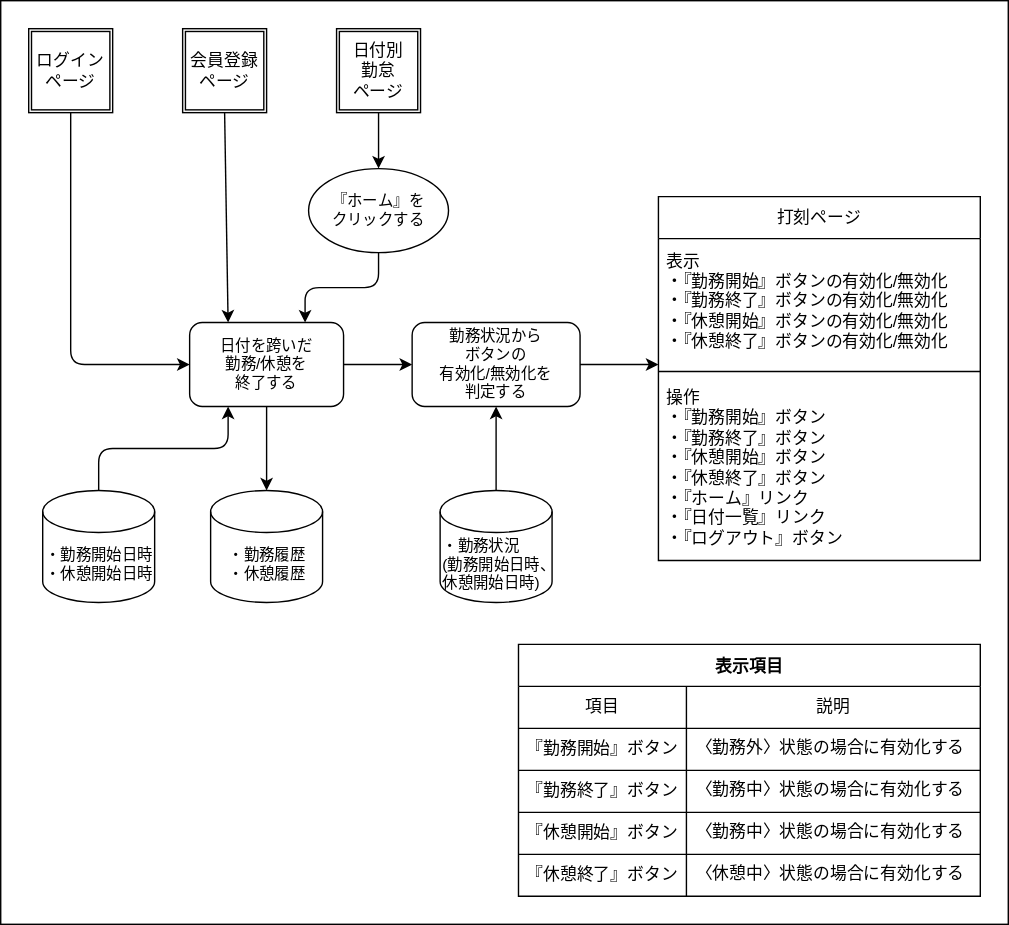
Above: doc/画面遷移図/打刻ページ/打刻ページ.drawio.svg in ryamao/atte (draw.io), before the change. Source tidied: cells renumbered, new cells last; positions are measured from the earlier drawing's top-left corner, leaving out a move shared by most shapes.
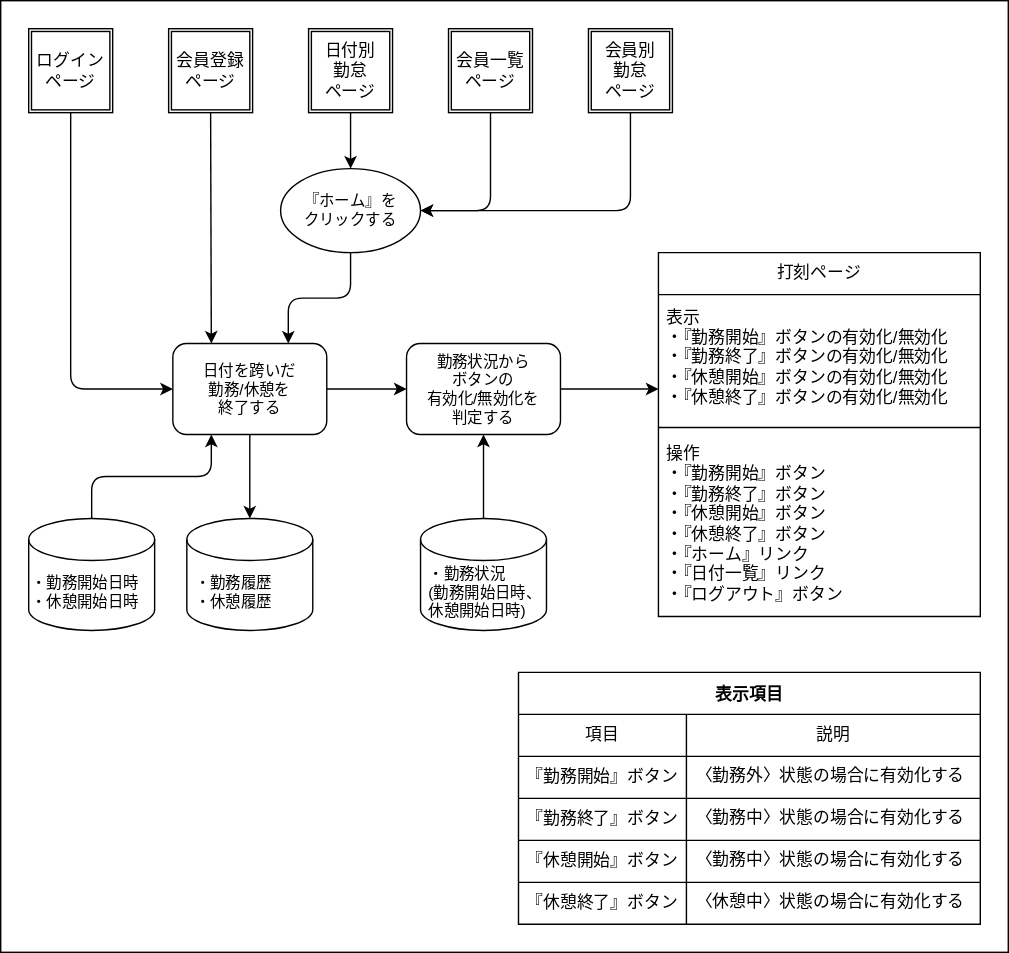
Later version of the same file.

The edit, as a diff of the source:
```diff
@@ -3,7 +3,7 @@
     <mxCell id="0" />
     <mxCell id="1" parent="0" />
     <mxCell id="2" style="rounded=0;whiteSpace=wrap;html=1;" parent="1" vertex="1">
-      <mxGeometry width="720" height="660" as="geometry" />
+      <mxGeometry width="720" height="680" as="geometry" />
     </mxCell>
     <mxCell id="3" style="edgeStyle=none;html=1;exitX=0.5;exitY=1;exitDx=0;exitDy=0;entryX=0.5;entryY=0;entryDx=0;entryDy=0;" parent="1" edge="1" source="38" target="16">
       <mxGeometry relative="1" as="geometry" />
@@ -12,7 +12,7 @@
       <mxGeometry relative="1" as="geometry" />
     </mxCell>
     <mxCell id="5" value="打刻ページ" style="swimlane;fontStyle=0;horizontal=1;startSize=30;whiteSpace=wrap;html=1;flipH=1;flipV=0;" parent="1" vertex="1">
-      <mxGeometry x="470" y="140" width="230" height="260" as="geometry" />
+      <mxGeometry x="470" y="180" width="230" height="260" as="geometry" />
     </mxCell>
     <mxCell id="6" value="表示&lt;br&gt;・『勤務開始』ボタンの有効化/無効化&lt;br&gt;・『勤務終了』ボタンの有効化/無効化&lt;br&gt;・『休憩開始』ボタンの有効化/無効化&lt;br&gt;・『休憩終了』ボタンの有効化/無効化" style="text;strokeColor=none;fillColor=none;align=left;verticalAlign=middle;spacingLeft=4;spacingRight=4;overflow=hidden;portConstraint=eastwest;whiteSpace=wrap;html=1;strokeWidth=0;" parent="5" vertex="1">
       <mxGeometry y="30" width="230" height="90" as="geometry" />
@@ -32,20 +32,20 @@
     <mxCell id="11" style="jumpStyle=none;html=1;exitX=0.5;exitY=0;exitDx=0;exitDy=0;exitPerimeter=0;entryX=0.25;entryY=1;entryDx=0;entryDy=0;edgeStyle=orthogonalEdgeStyle;" parent="1" edge="1" source="12" target="19">
       <mxGeometry relative="1" as="geometry" />
     </mxCell>
-    <mxCell id="12" value="・勤務開始日時&lt;br&gt;・休憩開始日時" style="shape=cylinder3;html=1;boundedLbl=1;backgroundOutline=1;size=15;align=center;fontSize=11;" parent="1" vertex="1">
-      <mxGeometry x="30" y="350" width="80" height="80" as="geometry" />
+    <mxCell id="12" value="・勤務開始日時&lt;br&gt;・休憩開始日時" style="shape=cylinder3;html=1;boundedLbl=1;backgroundOutline=1;size=15;align=left;fontSize=11;" parent="1" vertex="1">
+      <mxGeometry x="20" y="370" width="90" height="80" as="geometry" />
     </mxCell>
-    <mxCell id="13" value="・勤務履歴&lt;br&gt;・休憩履歴" style="shape=cylinder3;html=1;boundedLbl=1;backgroundOutline=1;size=15;align=center;fontSize=11;" parent="1" vertex="1">
-      <mxGeometry x="150" y="350" width="80" height="80" as="geometry" />
+    <mxCell id="13" value="・勤務履歴&lt;br&gt;・休憩履歴" style="shape=cylinder3;html=1;boundedLbl=1;backgroundOutline=1;size=15;align=left;fontSize=11;spacingLeft=4;" parent="1" vertex="1">
+      <mxGeometry x="133" y="370" width="90" height="80" as="geometry" />
     </mxCell>
     <mxCell id="14" style="html=1;exitX=0.5;exitY=0;exitDx=0;exitDy=0;exitPerimeter=0;entryX=0.5;entryY=1;entryDx=0;entryDy=0;fontSize=11;" parent="1" edge="1" source="15" target="21">
       <mxGeometry relative="1" as="geometry" />
     </mxCell>
-    <mxCell id="15" value="・勤務状況&lt;br&gt;(勤務開始日時、&lt;br&gt;休憩開始日時)" style="shape=cylinder3;html=1;boundedLbl=1;backgroundOutline=1;size=15;align=left;fontSize=11;" parent="1" vertex="1">
-      <mxGeometry x="314" y="350" width="80" height="80" as="geometry" />
+    <mxCell id="15" value="・勤務状況&lt;br&gt;(勤務開始日時、&lt;br&gt;休憩開始日時)" style="shape=cylinder3;html=1;boundedLbl=1;backgroundOutline=1;size=15;align=left;fontSize=11;spacingLeft=4;" parent="1" vertex="1">
+      <mxGeometry x="300" y="370" width="90" height="80" as="geometry" />
     </mxCell>
     <mxCell id="16" value="『ホーム』を&lt;br&gt;クリックする" style="ellipse;whiteSpace=wrap;html=1;fontSize=11;" parent="1" vertex="1">
-      <mxGeometry x="220" y="120" width="100" height="60" as="geometry" />
+      <mxGeometry x="200" y="120" width="100" height="60" as="geometry" />
     </mxCell>
     <mxCell id="17" style="edgeStyle=none;html=1;exitX=1;exitY=0.5;exitDx=0;exitDy=0;entryX=0;entryY=0.5;entryDx=0;entryDy=0;fontSize=11;" parent="1" edge="1" source="19" target="21">
       <mxGeometry relative="1" as="geometry" />
@@ -54,16 +54,16 @@
       <mxGeometry relative="1" as="geometry" />
     </mxCell>
     <mxCell id="19" value="日付を跨いだ&lt;br&gt;勤務/休憩を&lt;br&gt;終了する" style="rounded=1;whiteSpace=wrap;html=1;fontSize=11;" parent="1" vertex="1">
-      <mxGeometry x="135" y="230" width="110" height="60" as="geometry" />
+      <mxGeometry x="123" y="245" width="110" height="65" as="geometry" />
     </mxCell>
-    <mxCell id="20" style="edgeStyle=none;html=1;exitX=1;exitY=0.5;exitDx=0;exitDy=0;entryX=0;entryY=1;entryDx=0;entryDy=0;fontSize=11;" parent="1" edge="1" source="21" target="6">
+    <mxCell id="20" style="html=1;exitX=1;exitY=0.5;exitDx=0;exitDy=0;entryX=0;entryY=0.75;entryDx=0;entryDy=0;" parent="1" edge="1" source="21" target="6">
       <mxGeometry relative="1" as="geometry" />
     </mxCell>
     <mxCell id="21" value="勤務状況から&lt;br&gt;ボタンの&lt;br&gt;有効化/無効化を&lt;br&gt;判定する" style="rounded=1;whiteSpace=wrap;html=1;fontSize=11;" parent="1" vertex="1">
-      <mxGeometry x="294" y="230" width="120" height="60" as="geometry" />
+      <mxGeometry x="290" y="245" width="110" height="65" as="geometry" />
     </mxCell>
     <mxCell id="22" value="表示項目" style="shape=table;startSize=30;fontStyle=1;align=center;" parent="1" vertex="1">
-      <mxGeometry x="370" y="460" width="330" height="180" as="geometry" />
+      <mxGeometry x="370" y="480" width="330" height="180" as="geometry" />
     </mxCell>
     <mxCell id="23" style="shape=tableRow;horizontal=0;startSize=0;swimlaneHead=0;swimlaneBody=0;top=0;left=0;bottom=0;right=0;fillColor=none;" parent="22" vertex="1">
       <mxGeometry y="30" width="330" height="30" as="geometry" />
@@ -111,13 +111,25 @@
       <mxGeometry x="120" width="210" height="30" as="geometry" />
     </mxCell>
     <mxCell id="38" value="日付別&lt;br&gt;勤怠&lt;br&gt;ページ" style="shape=ext;double=1;whiteSpace=wrap;html=1;" parent="1" vertex="1">
-      <mxGeometry x="240" y="20" width="60" height="60" as="geometry" />
+      <mxGeometry x="220" y="20" width="60" height="60" as="geometry" />
     </mxCell>
     <mxCell id="39" value="会員登録&lt;br&gt;ページ" style="shape=ext;double=1;whiteSpace=wrap;html=1;" parent="1" vertex="1">
-      <mxGeometry x="130" y="20" width="60" height="60" as="geometry" />
+      <mxGeometry x="120" y="20" width="60" height="60" as="geometry" />
     </mxCell>
     <mxCell id="40" value="ログイン&lt;br&gt;ページ" style="shape=ext;double=1;whiteSpace=wrap;html=1;" parent="1" vertex="1">
       <mxGeometry x="20" y="20" width="60" height="60" as="geometry" />
     </mxCell>
+    <mxCell id="41" style="edgeStyle=orthogonalEdgeStyle;html=1;exitX=0.5;exitY=1;exitDx=0;exitDy=0;entryX=1;entryY=0.5;entryDx=0;entryDy=0;" parent="1" edge="1" source="42" target="16">
+      <mxGeometry relative="1" as="geometry" />
+    </mxCell>
+    <mxCell id="42" value="会員一覧&lt;br&gt;ページ" style="shape=ext;double=1;whiteSpace=wrap;html=1;" parent="1" vertex="1">
+      <mxGeometry x="320" y="20" width="60" height="60" as="geometry" />
+    </mxCell>
+    <mxCell id="43" style="edgeStyle=orthogonalEdgeStyle;html=1;exitX=0.5;exitY=1;exitDx=0;exitDy=0;entryX=1;entryY=0.5;entryDx=0;entryDy=0;" parent="1" edge="1" source="44" target="16">
+      <mxGeometry relative="1" as="geometry" />
+    </mxCell>
+    <mxCell id="44" value="会員別&lt;br&gt;勤怠&lt;br&gt;ページ" style="shape=ext;double=1;whiteSpace=wrap;html=1;" parent="1" vertex="1">
+      <mxGeometry x="420" y="20" width="60" height="60" as="geometry" />
+    </mxCell>
   </root>
 </mxGraphModel>
```
